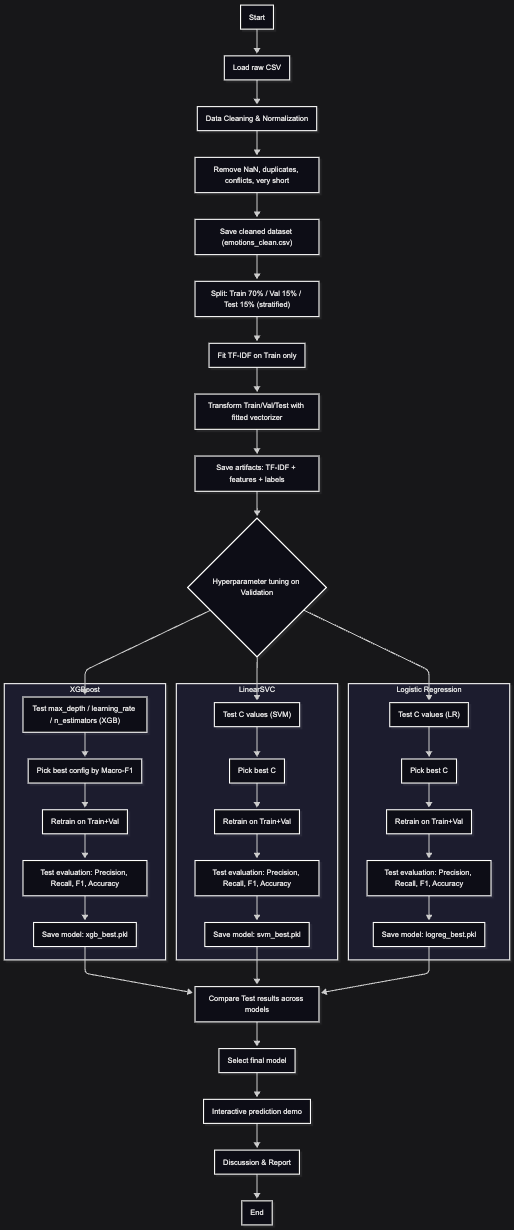
The Mermaid diagram flowchart/flowchart.png in jeffwgg/Ass-MachineLearning, before a commit. Its source is kept beside it as flowchart/flowchart.mmd.
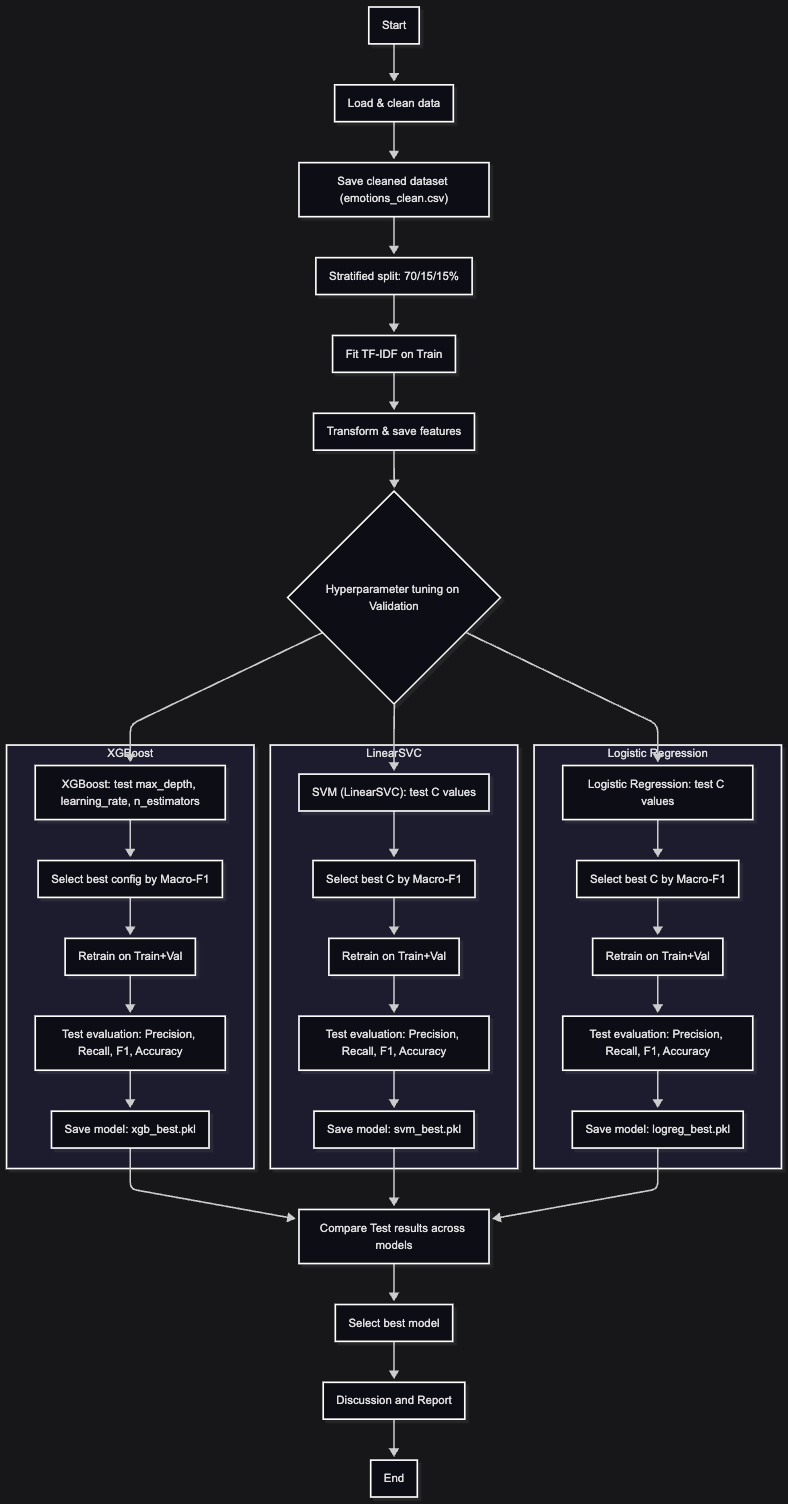
The same file after the commit.

Diff of the diagram source:
```diff
@@ -1,43 +1,39 @@
 flowchart TB
-A[Start] --> B[Load raw CSV]
-B --> C[Data Cleaning & Normalization]
-C --> D[Remove NaN, duplicates, conflicts, very short]
-D --> E["Save cleaned dataset (emotions_clean.csv)"]
-E --> F["Split: Train 70% / Val 15% / Test 15% (stratified)"]
-F --> G[Fit TF-IDF on Train only]
-G --> H[Transform Train/Val/Test with fitted vectorizer]
-H --> I[Save artifacts: TF-IDF + features + labels]
+  A[Start] --> B[Load & clean data]
+  B --> C["Save cleaned dataset (emotions_clean.csv)"]
+  C --> D[Stratified split: 70/15/15%]
+  D --> E["Fit TF-IDF on Train"]
+  E --> F[Transform & save features]
 
-I --> J{Hyperparameter tuning on Validation}
-    J --> X1["Test max_depth / learning_rate / n_estimators (XGB)"]
-    J --> S1["Test C values (SVM)"]
-    J --> L1["Test C values (LR)"]
+  F --> J{Hyperparameter tuning on Validation}
+    J --> X1["XGBoost: test max_depth, learning_rate, n_estimators"]
+    J --> S1["SVM (LinearSVC): test C values"]
+    J --> L1["Logistic Regression: test C values"]
 
-subgraph XGB[XGBoost]
-    X1 --> X2[Pick best config by Macro-F1]
+  subgraph XGB [XGBoost]
+    X1 --> X2[Select best config by Macro-F1]
     X2 --> X3[Retrain on Train+Val]
     X3 --> X4[Test evaluation: Precision, Recall, F1, Accuracy]
     X4 --> X5[Save model: xgb_best.pkl]
-end
+  end
 
-subgraph SVM[LinearSVC]
-    S1 --> S2[Pick best C]
+  subgraph SVM [LinearSVC]
+    S1 --> S2[Select best C by Macro-F1]
     S2 --> S3[Retrain on Train+Val]
     S3 --> S4[Test evaluation: Precision, Recall, F1, Accuracy]
     S4 --> S5[Save model: svm_best.pkl]
-end
+  end
 
-subgraph LR[Logistic Regression]
-    L1 --> L2[Pick best C]
+  subgraph LR [Logistic Regression]
+    L1 --> L2[Select best C by Macro-F1]
     L2 --> L3[Retrain on Train+Val]
     L3 --> L4[Test evaluation: Precision, Recall, F1, Accuracy]
     L4 --> L5[Save model: logreg_best.pkl]
-end
+  end
 
-X5 --> Z[Compare Test results across models]
-S5 --> Z
-L5 --> Z
-Z --> AA[Select final model]
-AA --> AB[Interactive prediction demo]
-AB --> AC[Discussion & Report]
-AC --> AD[End]
+  X5 --> Z[Compare Test results across models]
+  S5 --> Z
+  L5 --> Z
+  Z --> AA[Select best model]
+  AA --> AB[Discussion and Report]
+  AB --> AC[End]
```
